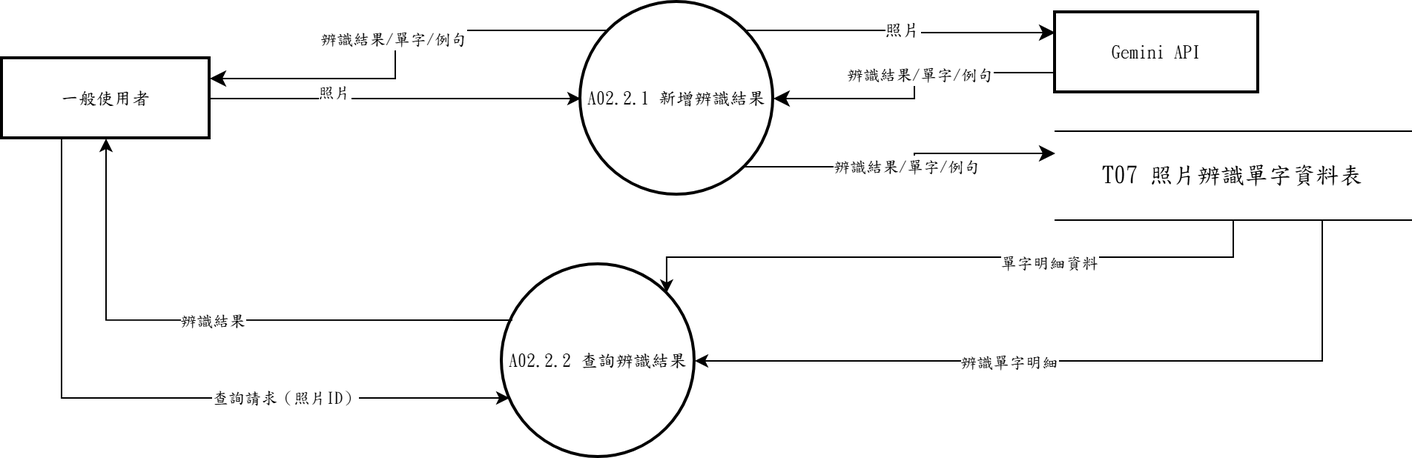
Before: 系統文件/第6章/DFD圖/圖2/新/圖2.2.drawio.png, a diagram exported from draw.io (s22452007/115502). Source tidied: cells renumbered, new cells last; positions are measured from the earlier drawing's top-left corner, leaving out a move shared by most shapes.
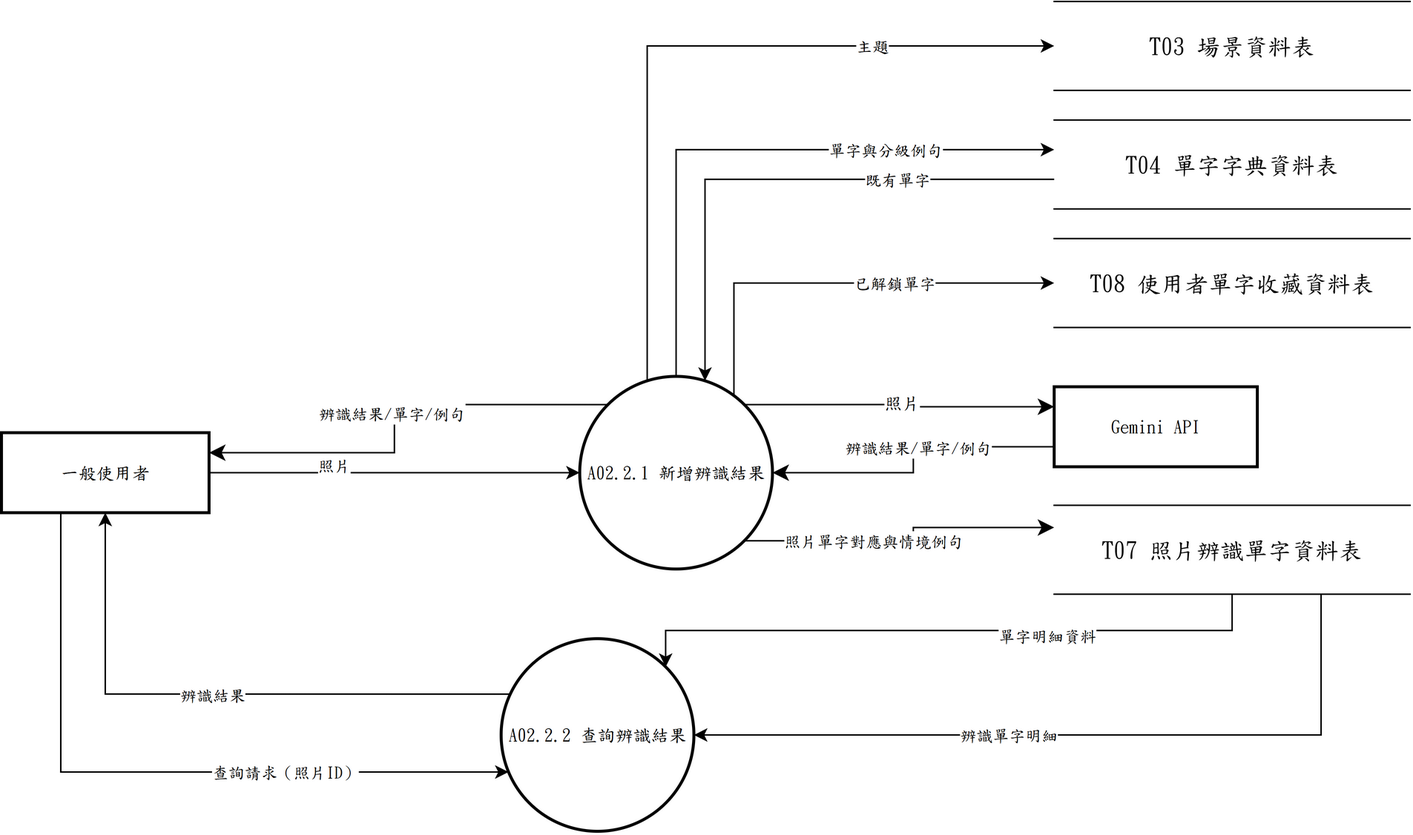
After the commit.

What changed in the source:
```diff
@@ -66,8 +66,8 @@
     <mxCell id="17" style="edgeStyle=orthogonalEdgeStyle;rounded=0;jettySize=auto;html=1;exitX=1;exitY=1;exitDx=0;exitDy=0;entryX=0;entryY=0.25;entryDx=0;entryDy=0;fontSize=12;startSize=8;endSize=8;" parent="1" edge="1" source="19" target="7">
       <mxGeometry relative="1" as="geometry" />
     </mxCell>
-    <mxCell id="18" value="&lt;span style=&quot;font-size: 11px;&quot;&gt;辨識結果/單字/例句&lt;/span&gt;" style="edgeLabel;html=1;align=center;verticalAlign=middle;fontSize=12;fontFamily=標楷體;" parent="17" vertex="1">
-      <mxGeometry relative="1" as="geometry" />
+    <mxCell id="18" value="&lt;span style=&quot;font-size: 11px;&quot;&gt;照片單字對應與情境例句&lt;/span&gt;" style="edgeLabel;html=1;align=center;verticalAlign=middle;fontSize=12;fontFamily=標楷體;" parent="17" vertex="1">
+      <mxGeometry x="-0.2" relative="1" as="geometry" />
     </mxCell>
     <mxCell id="19" value="A02.2.1 新增辨識結果" style="ellipse;strokeWidth=2;whiteSpace=wrap;fontFamily=標楷體;" parent="1" vertex="1">
       <mxGeometry x="390" width="130" height="130" as="geometry" />
@@ -91,5 +91,54 @@
     <mxCell id="24" value="查詢請求（照片ID）" style="edgeLabel;html=1;align=center;verticalAlign=middle;fontFamily=標楷體;" parent="23" vertex="1">
       <mxGeometry x="0.37" relative="1" as="geometry" />
     </mxCell>
+    <mxCell id="25" value="&lt;span lang=&quot;EN-US&quot; style=&quot;font-size: 12pt;&quot;&gt;T03&amp;nbsp;&lt;/span&gt;&lt;span style=&quot;font-size: 12pt;&quot;&gt;場景資料表&lt;/span&gt;" style="shape=partialRectangle;whiteSpace=wrap;html=1;left=0;right=0;fontFamily=標楷體;" parent="1" vertex="1">
+      <mxGeometry x="710" y="-253" width="240" height="60" as="geometry" />
+    </mxCell>
+    <mxCell id="26" value="&lt;span lang=&quot;EN-US&quot; style=&quot;font-size: 12pt;&quot;&gt;T04&amp;nbsp;&lt;/span&gt;&lt;span style=&quot;font-size: 12pt;&quot;&gt;單字字典資料表&lt;/span&gt;" style="shape=partialRectangle;whiteSpace=wrap;html=1;left=0;right=0;fontFamily=標楷體;" parent="1" vertex="1">
+      <mxGeometry x="710" y="-173" width="240" height="60" as="geometry" />
+    </mxCell>
+    <mxCell id="27" value="&lt;span lang=&quot;EN-US&quot; style=&quot;font-size: 12pt;&quot;&gt;T08&amp;nbsp;&lt;/span&gt;&lt;span style=&quot;font-size: 12pt;&quot;&gt;使用者單字收藏資料表&lt;/span&gt;" style="shape=partialRectangle;whiteSpace=wrap;html=1;left=0;right=0;fontFamily=標楷體;" parent="1" vertex="1">
+      <mxGeometry x="710" y="-93" width="240" height="60" as="geometry" />
+    </mxCell>
+    <mxCell id="28" style="edgeStyle=orthogonalEdgeStyle;rounded=0;jettySize=auto;html=1;exitX=0.3500;exitY=0.0230;exitDx=0;exitDy=0;exitPerimeter=0;entryX=0.0000;entryY=0.5000;entryDx=0;entryDy=0;entryPerimeter=0;" parent="1" edge="1" source="19" target="25">
+      <mxGeometry relative="1" as="geometry">
+        <Array as="points">
+          <mxPoint x="435.5" y="-223" />
+        </Array>
+      </mxGeometry>
+    </mxCell>
+    <mxCell id="29" value="主題" style="edgeLabel;html=1;align=center;verticalAlign=middle;fontFamily=標楷體;" parent="28" vertex="1">
+      <mxGeometry x="0.51" relative="1" as="geometry" />
+    </mxCell>
+    <mxCell id="30" style="edgeStyle=orthogonalEdgeStyle;rounded=0;jettySize=auto;html=1;exitX=0.5000;exitY=0.0000;exitDx=0;exitDy=0;exitPerimeter=0;entryX=0.0000;entryY=0.3333;entryDx=0;entryDy=0;entryPerimeter=0;" parent="1" edge="1" source="19" target="26">
+      <mxGeometry relative="1" as="geometry">
+        <Array as="points">
+          <mxPoint x="455" y="-153" />
+        </Array>
+      </mxGeometry>
+    </mxCell>
+    <mxCell id="31" value="單字與分級例句" style="edgeLabel;html=1;align=center;verticalAlign=middle;fontFamily=標楷體;" parent="30" vertex="1">
+      <mxGeometry x="0.44" relative="1" as="geometry" />
+    </mxCell>
+    <mxCell id="32" style="edgeStyle=orthogonalEdgeStyle;rounded=0;jettySize=auto;html=1;exitX=0.0000;exitY=0.6667;exitDx=0;exitDy=0;exitPerimeter=0;entryX=0.6500;entryY=0.0230;entryDx=0;entryDy=0;entryPerimeter=0;" parent="1" edge="1" source="26" target="19">
+      <mxGeometry relative="1" as="geometry">
+        <Array as="points">
+          <mxPoint x="474.5" y="-133" />
+        </Array>
+      </mxGeometry>
+    </mxCell>
+    <mxCell id="33" value="既有單字" style="edgeLabel;html=1;align=center;verticalAlign=middle;fontFamily=標楷體;" parent="32" vertex="1">
+      <mxGeometry x="-0.43" relative="1" as="geometry" />
+    </mxCell>
+    <mxCell id="34" style="edgeStyle=orthogonalEdgeStyle;rounded=0;jettySize=auto;html=1;exitX=0.8000;exitY=0.1000;exitDx=0;exitDy=0;exitPerimeter=0;entryX=0.0000;entryY=0.5000;entryDx=0;entryDy=0;entryPerimeter=0;" parent="1" edge="1" source="19" target="27">
+      <mxGeometry relative="1" as="geometry">
+        <Array as="points">
+          <mxPoint x="494" y="-63" />
+        </Array>
+      </mxGeometry>
+    </mxCell>
+    <mxCell id="35" value="已解鎖單字" style="edgeLabel;html=1;align=center;verticalAlign=middle;fontFamily=標楷體;" parent="34" vertex="1">
+      <mxGeometry x="0.26" relative="1" as="geometry" />
+    </mxCell>
   </root>
 </mxGraphModel>
```
